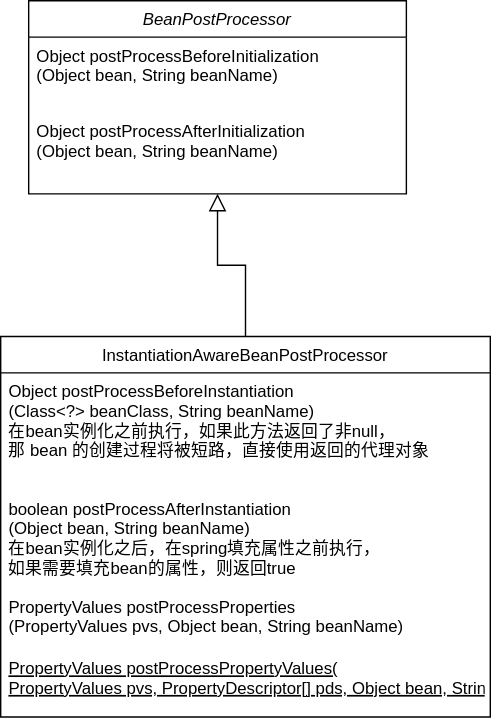
This is spring.svg from peihuanhuan/draw.io, a draw.io export, as it was before one commit. Source tidied: cells renumbered, new cells last; positions are measured from the earlier drawing's top-left corner, leaving out a move shared by most shapes.
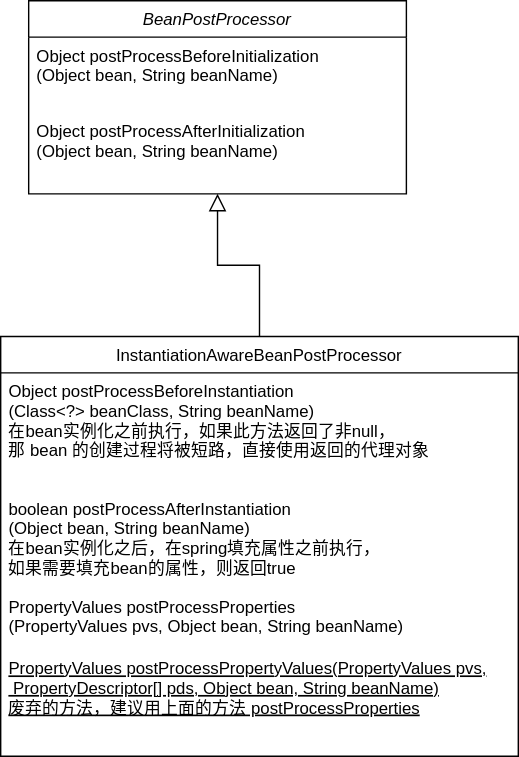
The same file after the commit.

Diff of the diagram source:
```diff
@@ -12,19 +12,19 @@
       <mxGeometry y="80" width="270" height="58" as="geometry" />
     </mxCell>
     <mxCell id="5" value="InstantiationAwareBeanPostProcessor" style="swimlane;fontStyle=0;align=center;verticalAlign=top;horizontal=1;startSize=26;rounded=0;shadow=0;strokeWidth=1;" parent="1" vertex="1">
-      <mxGeometry y="240" width="350" height="272" as="geometry" />
+      <mxGeometry y="240" width="370" height="300" as="geometry" />
     </mxCell>
     <mxCell id="6" value="Object postProcessBeforeInstantiation&#10;(Class&lt;?&gt; beanClass, String beanName) &#10;在bean实例化之前执行，如果此方法返回了非null，&#10;那 bean 的创建过程将被短路，直接使用返回的代理对象" style="text;align=left;verticalAlign=top;spacingLeft=4;spacingRight=4;overflow=hidden;" parent="5" vertex="1">
-      <mxGeometry y="26" width="350" height="84" as="geometry" />
+      <mxGeometry y="26" width="370" height="84" as="geometry" />
     </mxCell>
     <mxCell id="7" value="boolean postProcessAfterInstantiation&#10;(Object bean, String beanName)&#10;在bean实例化之后，在spring填充属性之前执行，&#10;如果需要填充bean的属性，则返回true" style="text;align=left;verticalAlign=top;spacingLeft=4;spacingRight=4;overflow=hidden;" parent="5" vertex="1">
-      <mxGeometry y="110" width="350" height="70" as="geometry" />
+      <mxGeometry y="110" width="370" height="70" as="geometry" />
     </mxCell>
     <mxCell id="8" value="PropertyValues postProcessProperties&#10;(PropertyValues pvs, Object bean, String beanName)" style="text;align=left;verticalAlign=top;spacingLeft=4;spacingRight=4;overflow=hidden;" parent="5" vertex="1">
-      <mxGeometry y="180" width="350" height="44" as="geometry" />
+      <mxGeometry y="180" width="370" height="44" as="geometry" />
     </mxCell>
-    <mxCell id="9" value=" PropertyValues postProcessPropertyValues(&#10;      PropertyValues pvs, PropertyDescriptor[] pds, Object bean, String beanName)" style="text;align=left;verticalAlign=top;spacingLeft=4;spacingRight=4;overflow=hidden;fontStyle=4;" parent="5" vertex="1">
-      <mxGeometry y="224" width="350" height="48" as="geometry" />
+    <mxCell id="9" value=" PropertyValues postProcessPropertyValues(PropertyValues pvs,&#10; PropertyDescriptor[] pds, Object bean, String beanName)&#10;废弃的方法，建议用上面的方法 postProcessProperties&#10;" style="text;align=left;verticalAlign=top;spacingLeft=4;spacingRight=4;overflow=hidden;fontStyle=4;" parent="5" vertex="1">
+      <mxGeometry y="224" width="370" height="48" as="geometry" />
     </mxCell>
     <mxCell id="10" style="endArrow=block;endSize=10;endFill=0;shadow=0;strokeWidth=1;rounded=0;edgeStyle=elbowEdgeStyle;elbow=vertical;" parent="1" edge="1" source="5" target="2">
       <mxGeometry relative="1" as="geometry" />
```
